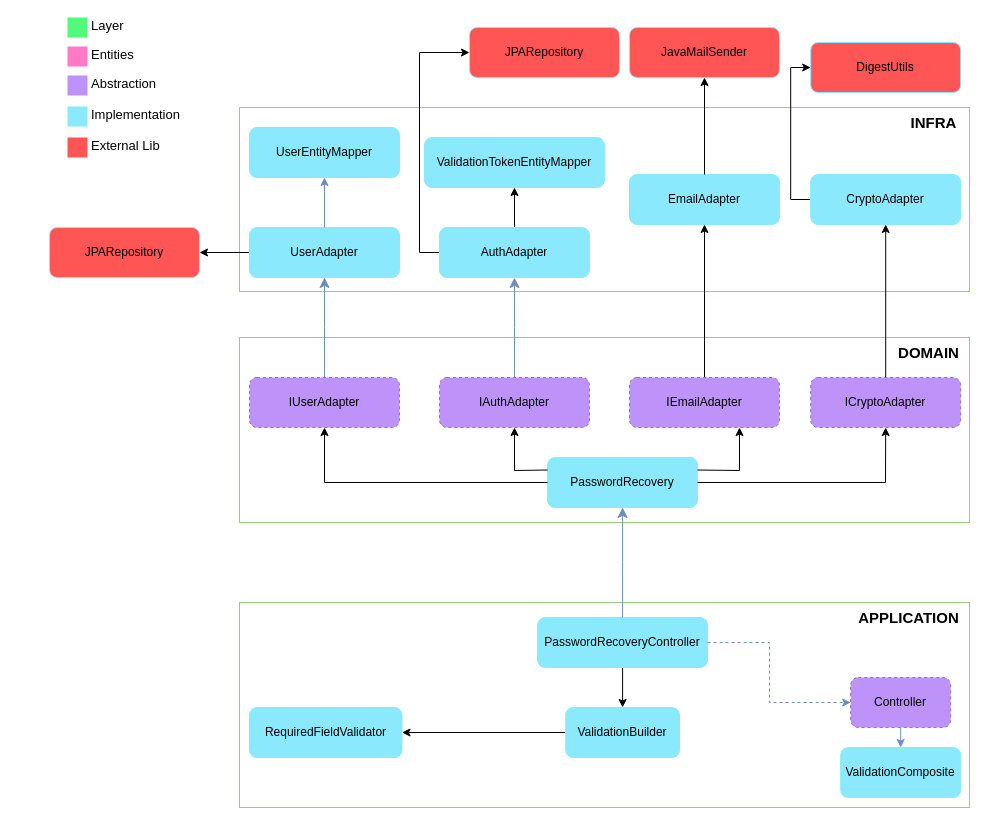
Before: docs/useCases/authentication/passwordRecovery/passwordRecovery.drawio in gervasioartur/walletwise-api, a draw.io diagram. Source tidied: cells renumbered, new cells numbered last; positions are measured from the earlier drawing's top-left corner, leaving out a move shared by most shapes. Both pictures are drawn from the tidied source at 100%, with x=0, y=0 at pixel (49, 16).
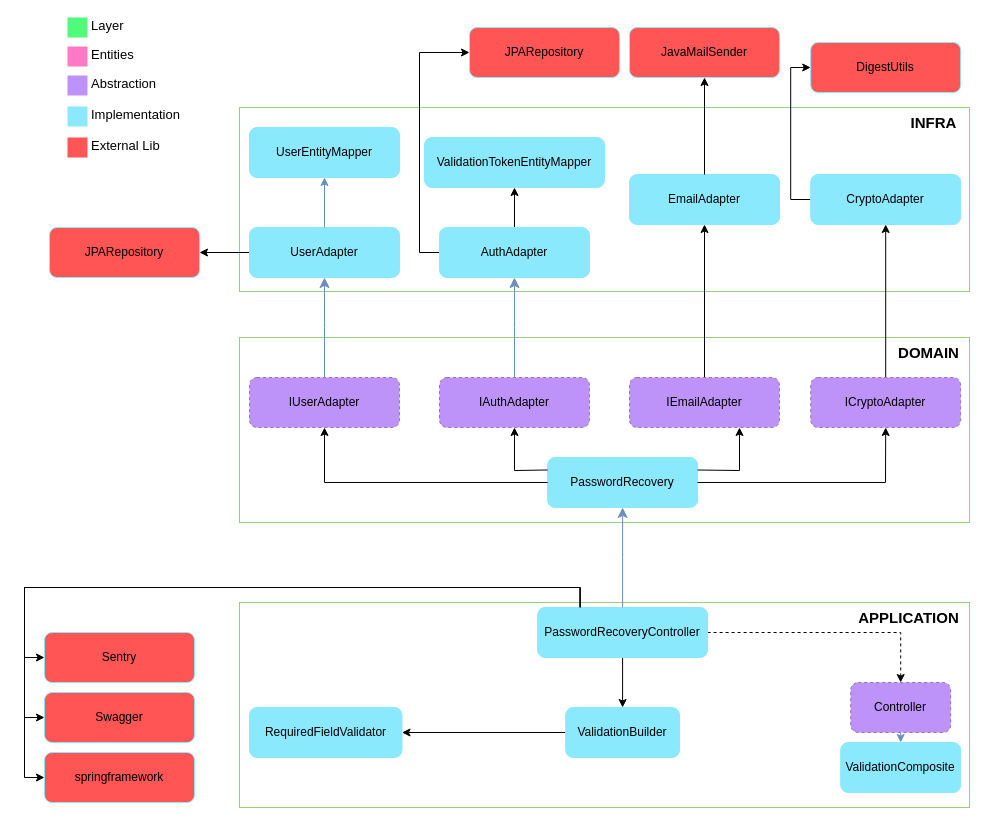
Above is the later version.

Commit message (it also covers changes not shown here):
docs: add sentry dependency in dependency diagrams

The edit, as a diff of the source:
```diff
@@
     <mxCell id="3" value="Controller" style="rounded=1;whiteSpace=wrap;html=1;strokeColor=#9673a6;fillColor=#BD93F9;dashed=1;" parent="1" vertex="1">
-      <mxGeometry x="801.2" y="661" width="100" height="50" as="geometry" />
+      <mxGeometry x="801.2" y="666" width="100" height="50" as="geometry" />
     </mxCell>
     <mxCell id="4" value="ValidationComposite" style="rounded=1;whiteSpace=wrap;html=1;strokeColor=#8BE9FD;fillColor=#8BE9FD;" parent="1" vertex="1">
-      <mxGeometry x="791.2" y="731" width="120" height="50" as="geometry" />
+      <mxGeometry x="791.2" y="726" width="120" height="50" as="geometry" />
     </mxCell>
@@
+    <mxCell id="59" style="edgeStyle=orthogonalEdgeStyle;rounded=0;jettySize=auto;html=1;entryX=0;entryY=0.5;entryDx=0;entryDy=0;exitX=0.25;exitY=0;exitDx=0;exitDy=0;" parent="1" edge="1" source="6" target="60">
+      <mxGeometry relative="1" as="geometry" />
+    </mxCell>
+    <mxCell id="32" style="edgeStyle=orthogonalEdgeStyle;rounded=0;jettySize=auto;html=1;entryX=0.5;entryY=0;entryDx=0;entryDy=0;dashed=1;" parent="1" edge="1" source="6" target="3">
+      <mxGeometry relative="1" as="geometry" />
+    </mxCell>
     <mxCell id="6" value="PasswordRecoveryController" style="rounded=1;whiteSpace=wrap;html=1;strokeColor=#8BE9FD;fillColor=#8BE9FD;" parent="1" vertex="1">
-      <mxGeometry x="488.1" y="601" width="170" height="50" as="geometry" />
+      <mxGeometry x="488.1" y="591" width="170" height="50" as="geometry" />
     </mxCell>
@@
-    <mxCell id="32" style="endArrow=classic;html=1;rounded=0;exitX=1;exitY=0.5;exitDx=0;exitDy=0;entryX=0;entryY=0.5;entryDx=0;entryDy=0;dashed=1;fillColor=#dae8fc;strokeColor=#6c8ebf;" parent="1" edge="1" source="6" target="3">
-      <mxGeometry relative="1" as="geometry">
-        <Array as="points">
-          <mxPoint x="720" y="626" />
-          <mxPoint x="720" y="686" />
-        </Array>
-      </mxGeometry>
-    </mxCell>
@@
+    <mxCell id="60" value="Sentry" style="rounded=1;whiteSpace=wrap;html=1;strokeColor=#8BE9FD;fillColor=#FF5555;" parent="1" vertex="1">
+      <mxGeometry x="-5" y="616" width="150" height="50" as="geometry" />
+    </mxCell>
+    <mxCell id="61" value="Swagger" style="rounded=1;whiteSpace=wrap;html=1;strokeColor=#8BE9FD;fillColor=#FF5555;" parent="1" vertex="1">
+      <mxGeometry x="-5" y="676" width="150" height="50" as="geometry" />
+    </mxCell>
+    <mxCell id="62" value="springframework" style="rounded=1;whiteSpace=wrap;html=1;strokeColor=#8BE9FD;fillColor=#FF5555;" parent="1" vertex="1">
+      <mxGeometry x="-5" y="736" width="150" height="50" as="geometry" />
+    </mxCell>
+    <mxCell id="63" style="edgeStyle=orthogonalEdgeStyle;rounded=0;jettySize=auto;html=1;entryX=0;entryY=0.5;entryDx=0;entryDy=0;exitX=0.25;exitY=0;exitDx=0;exitDy=0;" parent="1" edge="1" source="6" target="61">
+      <mxGeometry relative="1" as="geometry" />
+    </mxCell>
+    <mxCell id="64" style="edgeStyle=orthogonalEdgeStyle;rounded=0;jettySize=auto;html=1;entryX=0;entryY=0.5;entryDx=0;entryDy=0;exitX=0.25;exitY=0;exitDx=0;exitDy=0;" parent="1" edge="1" source="6" target="62">
+      <mxGeometry relative="1" as="geometry" />
+    </mxCell>
```
